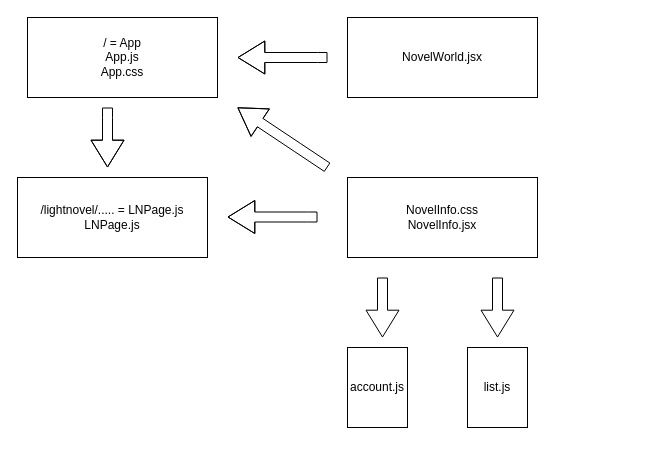
Earlier version of the draw.io diagram diagram.drawio (WebForks/lightnovel-react). Source tidied: cells renumbered, new cells numbered last; positions are measured from the earlier drawing's top-left corner, leaving out a move shared by most shapes. Both pictures are drawn from the tidied source at 100%, with x=0, y=0 at pixel (17, 17).
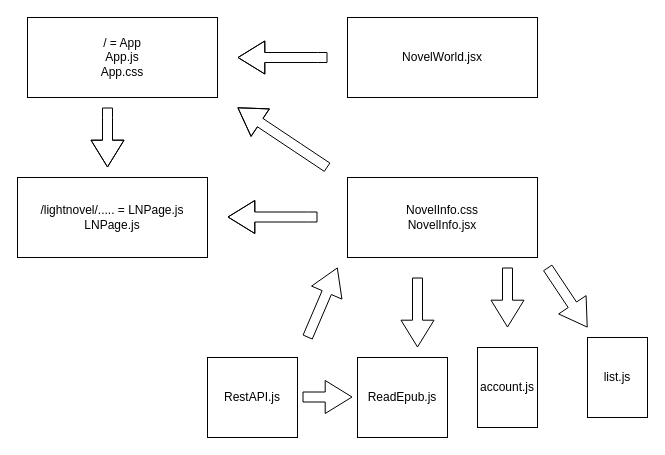
The same page after the edit.

Diff of the diagram source:
```diff
@@
     <mxCell id="10" style="shape=flexArrow;endArrow=classic;html=1;endWidth=22;endSize=8.6;" parent="1" edge="1">
       <mxGeometry relative="1" as="geometry">
-        <mxPoint x="365" y="260" as="sourcePoint" />
-        <mxPoint x="365" y="320" as="targetPoint" />
+        <mxPoint x="490" y="250" as="sourcePoint" />
+        <mxPoint x="490" y="310" as="targetPoint" />
         <Array as="points">
-          <mxPoint x="365" y="260" />
+          <mxPoint x="490" y="250" />
         </Array>
       </mxGeometry>
     </mxCell>
     <mxCell id="11" style="shape=flexArrow;endArrow=classic;html=1;endWidth=22;endSize=8.6;" parent="1" edge="1">
       <mxGeometry relative="1" as="geometry">
-        <mxPoint x="480" y="260" as="sourcePoint" />
-        <mxPoint x="480" y="320" as="targetPoint" />
+        <mxPoint x="530" y="250" as="sourcePoint" />
+        <mxPoint x="570" y="310" as="targetPoint" />
         <Array as="points">
-          <mxPoint x="480" y="260" />
+          <mxPoint x="530" y="250" />
         </Array>
       </mxGeometry>
     </mxCell>
     <mxCell id="12" value="account.js" style="rounded=0;whiteSpace=wrap;html=1;" parent="1" vertex="1">
-      <mxGeometry x="330" y="330" width="60" height="80" as="geometry" />
+      <mxGeometry x="460" y="330" width="60" height="80" as="geometry" />
     </mxCell>
     <mxCell id="13" value="list.js" style="rounded=0;whiteSpace=wrap;html=1;" parent="1" vertex="1">
-      <mxGeometry x="450" y="330" width="60" height="80" as="geometry" />
+      <mxGeometry x="570" y="320" width="60" height="80" as="geometry" />
     </mxCell>
+    <mxCell id="14" style="shape=flexArrow;endArrow=classic;html=1;endWidth=22;endSize=8.6;" parent="1" edge="1">
+      <mxGeometry relative="1" as="geometry">
+        <mxPoint x="400" y="260" as="sourcePoint" />
+        <mxPoint x="400" y="330" as="targetPoint" />
+        <Array as="points">
+          <mxPoint x="400" y="260" />
+        </Array>
+      </mxGeometry>
+    </mxCell>
+    <mxCell id="15" value="ReadEpub.js" style="rounded=0;whiteSpace=wrap;html=1;" parent="1" vertex="1">
+      <mxGeometry x="340" y="340" width="90" height="80" as="geometry" />
+    </mxCell>
+    <mxCell id="16" value="RestAPI.js" style="rounded=0;whiteSpace=wrap;html=1;" parent="1" vertex="1">
+      <mxGeometry x="190" y="340" width="90" height="80" as="geometry" />
+    </mxCell>
+    <mxCell id="17" style="shape=flexArrow;endArrow=classic;html=1;endWidth=22;endSize=8.6;" parent="1" edge="1">
+      <mxGeometry relative="1" as="geometry">
+        <mxPoint x="285" y="379.5" as="sourcePoint" />
+        <mxPoint x="335" y="379.5" as="targetPoint" />
+      </mxGeometry>
+    </mxCell>
+    <mxCell id="18" style="shape=flexArrow;endArrow=classic;html=1;endWidth=22;endSize=8.6;" parent="1" edge="1">
+      <mxGeometry relative="1" as="geometry">
+        <mxPoint x="290" y="320" as="sourcePoint" />
+        <mxPoint x="320" y="250" as="targetPoint" />
+        <Array as="points">
+          <mxPoint x="290" y="320" />
+        </Array>
+      </mxGeometry>
+    </mxCell>
```
